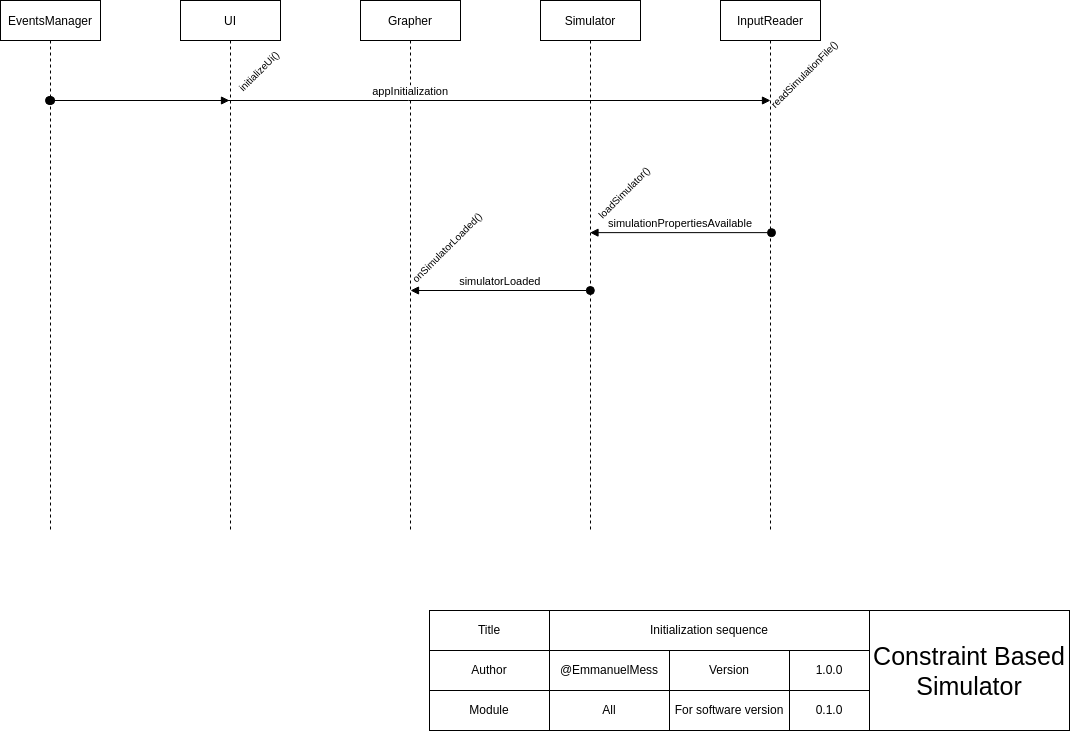
Before: design/diagrams/sequence/initialization sequence.png, a diagram exported from draw.io (EmmanuelMess/ConstraintBasedSimulator). Source tidied: cells renumbered, new cells last; positions are measured from the earlier drawing's top-left corner, leaving out a move shared by most shapes.
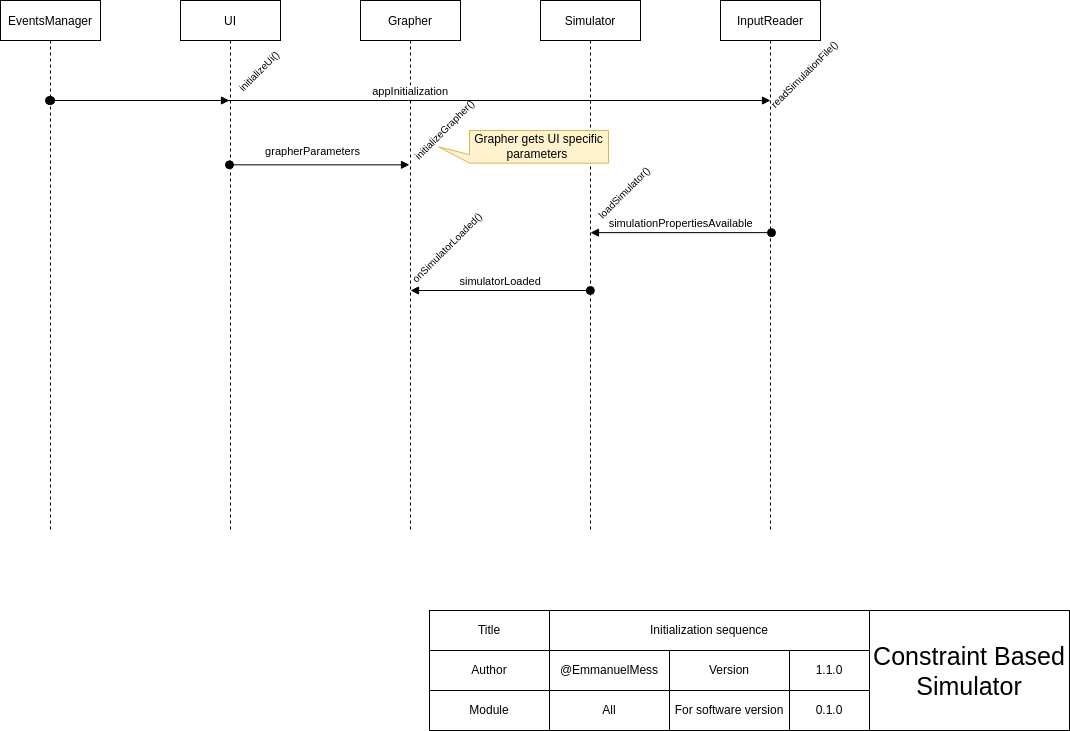
Later version of the same file.

Diff of the diagram source:
```diff
@@ -50,7 +50,7 @@
     <mxCell id="16" value="&lt;font style=&quot;font-size: 25px;&quot;&gt;Constraint Based Simulator&lt;/font&gt;" style="rounded=0;whiteSpace=wrap;html=1;" parent="1" vertex="1">
       <mxGeometry x="869" y="610" width="200" height="120" as="geometry" />
     </mxCell>
-    <mxCell id="17" value="1.0.0" style="rounded=0;whiteSpace=wrap;html=1;" parent="1" vertex="1">
+    <mxCell id="17" value="1.1.0" style="rounded=0;whiteSpace=wrap;html=1;" parent="1" vertex="1">
       <mxGeometry x="789" y="650" width="80" height="40" as="geometry" />
     </mxCell>
     <mxCell id="18" value="For software version" style="rounded=0;whiteSpace=wrap;html=1;" parent="1" vertex="1">
@@ -83,5 +83,22 @@
     <mxCell id="25" value="simulationPropertiesAvailable" style="verticalAlign=bottom;startArrow=oval;endArrow=block;startSize=8;shadow=0;strokeWidth=1;exitX=0.51;exitY=0.438;exitDx=0;exitDy=0;exitPerimeter=0;" parent="1" edge="1" source="20" target="4">
       <mxGeometry relative="1" as="geometry" />
     </mxCell>
+    <mxCell id="26" style="verticalAlign=bottom;startArrow=oval;endArrow=block;startSize=8;shadow=0;strokeWidth=1;" parent="1" edge="1">
+      <mxGeometry relative="1" as="geometry">
+        <mxPoint x="229" y="164.3" as="sourcePoint" />
+        <mxPoint x="409" y="164.3" as="targetPoint" />
+      </mxGeometry>
+    </mxCell>
+    <mxCell id="27" value="grapherParameters" style="edgeLabel;html=1;align=center;verticalAlign=middle;" parent="26" vertex="1">
+      <mxGeometry x="-0.08" y="2" relative="1" as="geometry">
+        <mxPoint y="-12" as="offset" />
+      </mxGeometry>
+    </mxCell>
+    <mxCell id="28" value="&lt;font style=&quot;font-size: 10px;&quot;&gt;initializeGrapher()&lt;/font&gt;" style="text;html=1;strokeColor=none;fillColor=none;align=center;verticalAlign=middle;whiteSpace=wrap;rounded=0;rotation=-45;" parent="1" vertex="1">
+      <mxGeometry x="402.2" y="113.9" width="84.2" height="30" as="geometry" />
+    </mxCell>
+    <mxCell id="29" value="Grapher gets UI specific parameters&amp;nbsp;" style="shape=callout;whiteSpace=wrap;html=1;perimeter=calloutPerimeter;direction=south;size=31;position=0.74;fillColor=#fff2cc;strokeColor=#d6b656;" parent="1" vertex="1">
+      <mxGeometry x="438" y="130" width="170" height="32.6" as="geometry" />
+    </mxCell>
   </root>
 </mxGraphModel>
```
